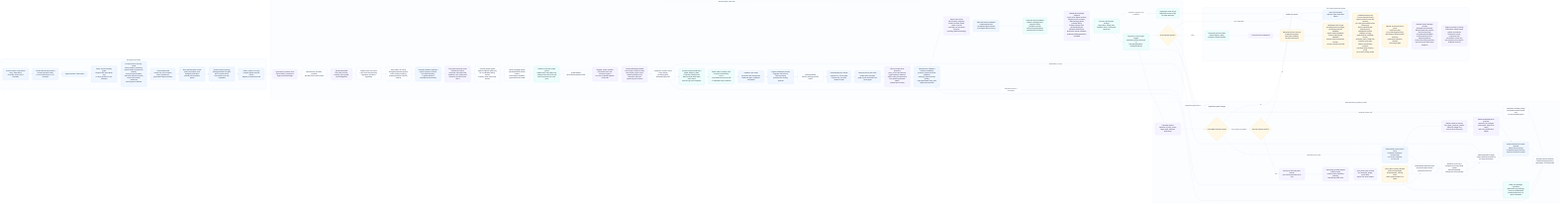
odylith/odylith keeps this Mermaid diagram as odylith/atlas/source/domain-intelligence-greenfield-governance.png. Above is the earlier version. Its source is kept beside it as odylith/atlas/source/domain-intelligence-greenfield-governance.mmd.
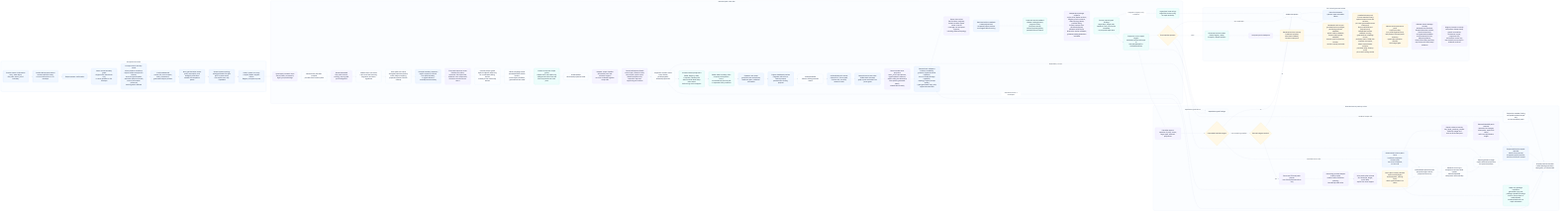
After the change.

What changed in the source:
```diff
@@ -35,12 +35,12 @@
       draft_set["ArtifactDraftSet<br/>human-visible governed drafts"]
       artifact_units["ArtifactQualityUnit stream<br/>projection id, source path,<br/>surface role, text kind,<br/>semantic node"]
       visible_actor_projection["Tribunal visible actor projection<br/>actor_source provenance,<br/>typed operator evidence,<br/>explicit many-hat allowance,<br/>role-specific generated labels,<br/>shared label custody"]
-      validators["Deterministic validators<br/>schema, traceability,<br/>grammar, typed canonical repetition,<br/>topology, Project prompt quality,<br/>typed generated-copy units,<br/>clipped terminal tails"]
+      validators["Deterministic validators<br/>schema, traceability,<br/>grammar, typed canonical repetition,<br/>source-owned package repetition,<br/>topology, Project prompt quality,<br/>typed generated-copy units,<br/>clipped terminal tails"]
       expert_lenses["Expert-lens review<br/>PM, architect, engineer,<br/>domain reviewer typed owner contract<br/>coverage over accepted systems,<br/>including deferred topology"]
       persisted_readback["Persisted artifact readback<br/>create payload and accepted-project preview<br/>must agree before scoring"]
       governed_readback["Governed record readback<br/>release catalogs/events,<br/>program waves,<br/>Compass records,<br/>surface payload globals,<br/>persisted source-launch"]
       evidence_readback["Independent package evidence<br/>project brief, Radar sections,<br/>Registry proof contracts,<br/>Atlas topology labels,<br/>prewrite safety,<br/>Project prompts from persisted payload,<br/>declared sentinel plus distinctive-anchor readback,<br/>guidance/catalog Markdown excluded"]
-      typed_findings["Source-owned typed findings<br/>target layer, target path,<br/>semantic node, no proposal-repair lane"]
+      typed_findings["Source-owned typed findings<br/>target layer, target path,<br/>semantic node, occurrence metadata,<br/>no proposal-repair lane"]
       projection_targets["Projection-source repair targets<br/>rendered preview leaf maps to<br/>SemanticModelIR or ArtifactPlanIR fact"]
       mermaid_source_units["Mermaid source text units<br/>visible labels checked,<br/>graph syntax excluded from prose gates"]
       legacy_blockers["Legacy/raw issue strings<br/>diagnostic blockers only,<br/>no repair authority"]
@@ -65,7 +65,7 @@
       scope_ledger["Patch application ledger<br/>explicit affected projections,<br/>full-prewrite posture"]
       dashboard_rerender["Project dashboard scoped rerender<br/>rebuilt from proposal,<br/>accepted-project preview,<br/>and source-launch context"]
       projection_rerender["Projection rerender finding<br/>corrupted rendered scope only<br/>no host semantic patch"]
-      package_inspection["Read-only package inspection<br/>generated-copy findings route to ArtifactPlanIR<br/>rendered drafts are not repair substrates"]
+      package_inspection["Read-only package inspection<br/>generated-copy and package-repetition findings<br/>route to source facts or ArtifactPlanIR;<br/>rendered drafts are not repair substrates"]
       rerender["Scoped prewrite rerender<br/>named package previews,<br/>same gates, no lowered bar"]
     end
 
```
